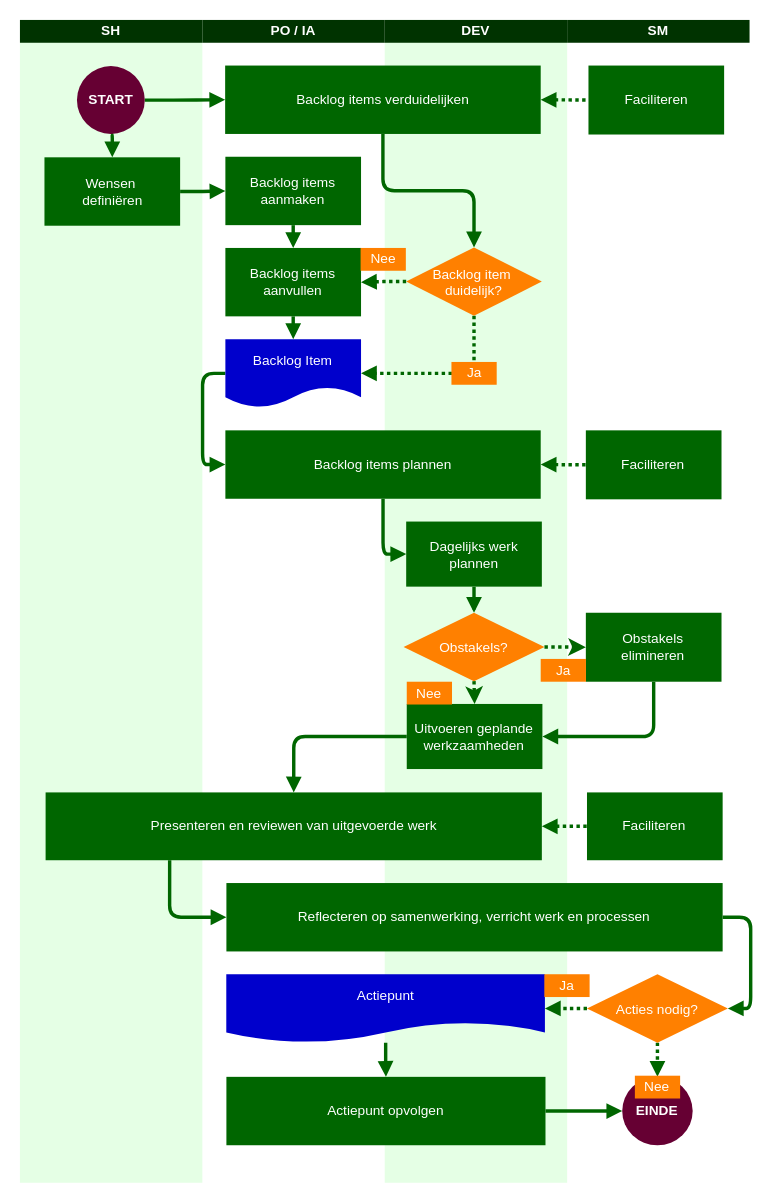
Earlier version of the draw.io diagram diagrammen/2025-05-10 Opdracht 2 IST Swimlane.drawio (LeroyGerrits/zuyd). Source tidied: cells renumbered, new cells numbered last; positions are measured from the earlier drawing's top-left corner, leaving out a move shared by most shapes. Both pictures are drawn from the tidied source at 114%, with x=0, y=0 at pixel (19, 19).
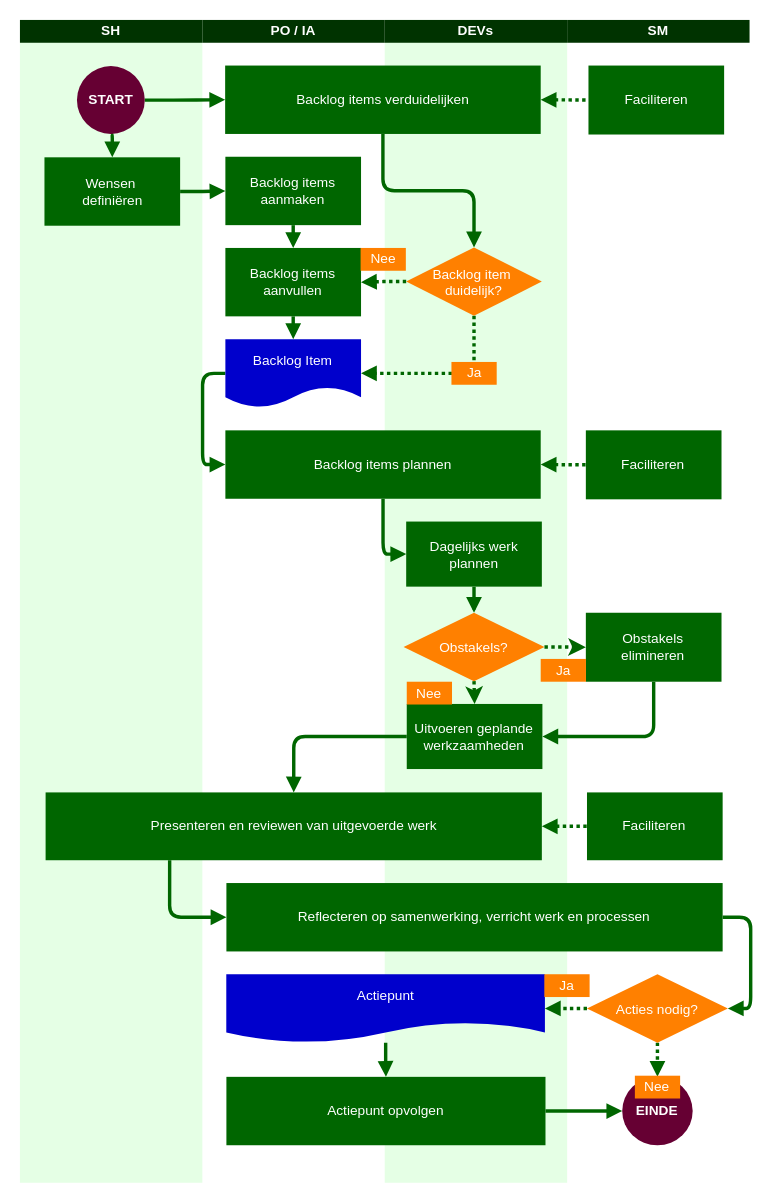
The same diagram, later.

The edit, as a diff of the source:
```diff
@@
-    <mxCell id="6" value="&lt;font style=&quot;color: rgb(255, 255, 255);&quot;&gt;&lt;b&gt;DEV&lt;/b&gt;&lt;/font&gt;" style="rounded=0;whiteSpace=wrap;html=1;strokeColor=none;fillColor=#003300;" parent="1" vertex="1">
+    <mxCell id="6" value="&lt;font style=&quot;color: rgb(255, 255, 255);&quot;&gt;&lt;b&gt;DEVs&lt;/b&gt;&lt;/font&gt;" style="rounded=0;whiteSpace=wrap;html=1;strokeColor=none;fillColor=#003300;" parent="1" vertex="1">
       <mxGeometry x="320" width="160" height="20" as="geometry" />
     </mxCell>
```
